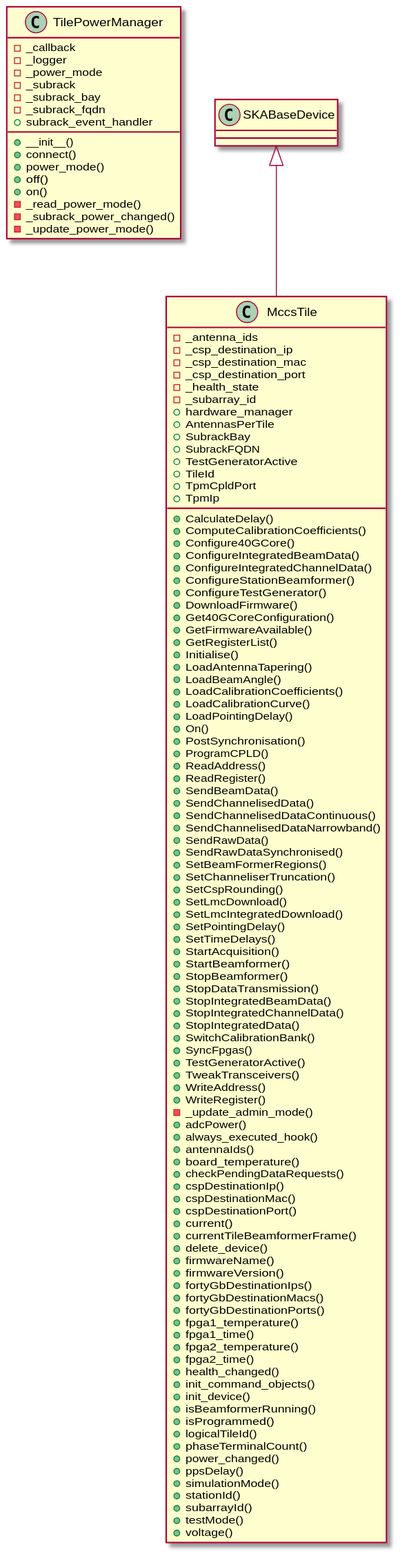
ska-telescope/ska-low-mccs-spshw keeps this PlantUML diagram as docs/source/api/tile_device_class_diagram.svg. Above is the earlier version.
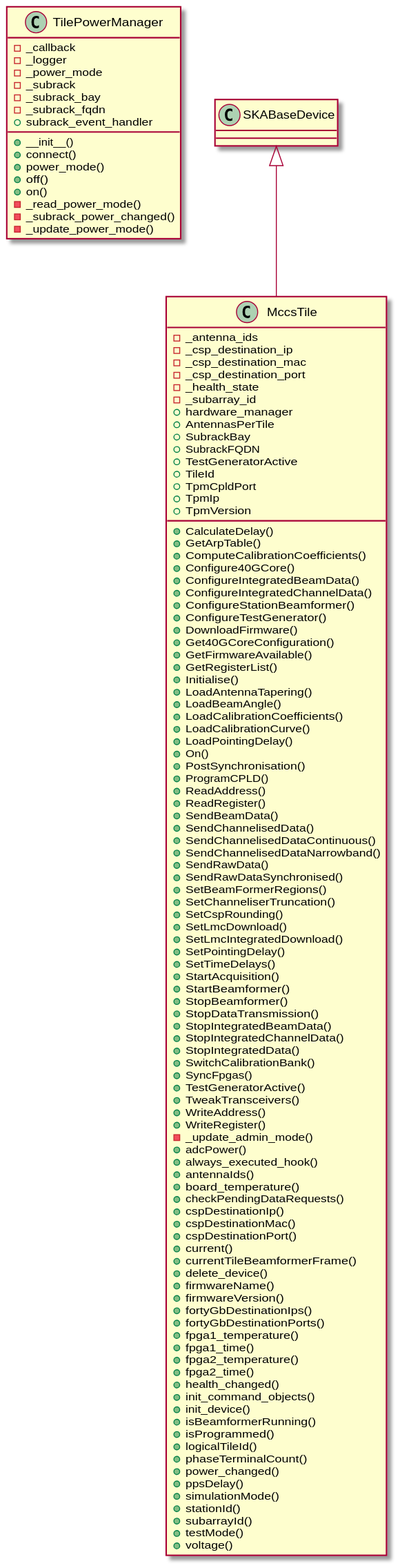
After the change.

Commit message:
[MCCS-423] Update uml diagram and CHANGELOG

Diff of the diagram source:
```diff
@@ -33,7 +33,9 @@
   +TileId
   +TpmCpldPort
   +TpmIp
+  +TpmVersion
   +CalculateDelay()
+  +GetArpTable()
   +ComputeCalibrationCoefficients()
   +Configure40GCore()
   +ConfigureIntegratedBeamData()
@@ -96,7 +98,6 @@
   +firmwareName()
   +firmwareVersion()
   +fortyGbDestinationIps()
-  +fortyGbDestinationMacs()
   +fortyGbDestinationPorts()
   +fpga1_temperature()
   +fpga1_time()
```
